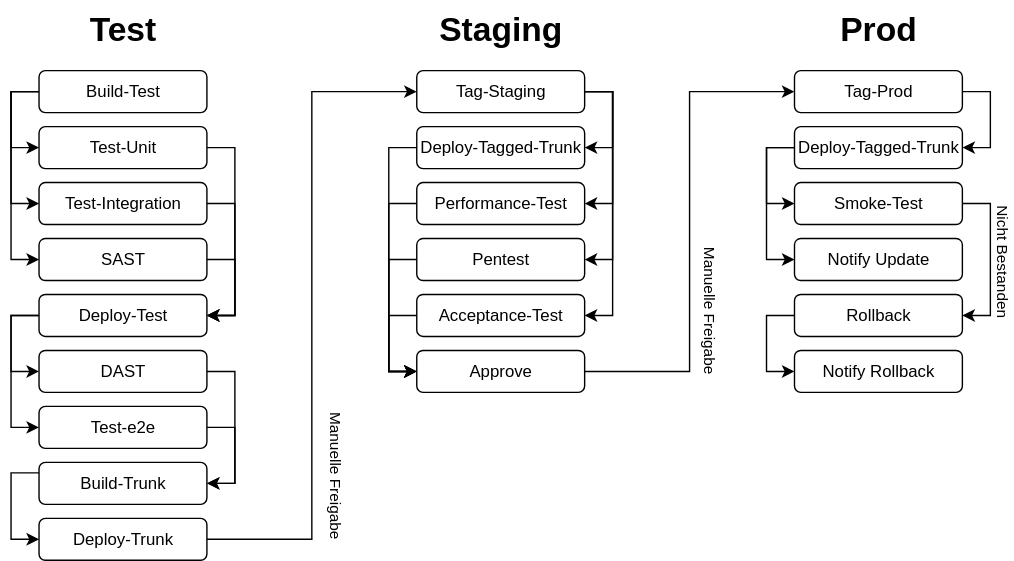
Before: content/blog/posts/ci-cd-pipelines-entlang-von-zielsystemen-strukturieren/model-new.drawio.svg, a diagram exported from draw.io (phoenixrvd/blog). Source tidied: cells renumbered, new cells last; positions are measured from the earlier drawing's top-left corner, leaving out a move shared by most shapes.
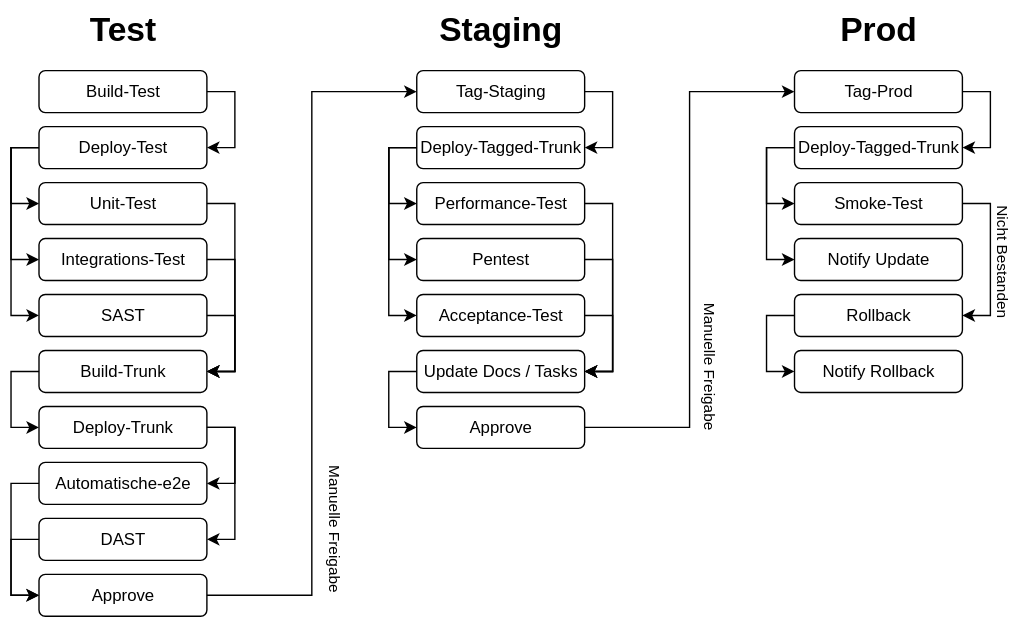
After the change.

Diff of the diagram source:
```diff
@@ -2,84 +2,15 @@
   <root>
     <mxCell id="0" />
     <mxCell id="1" parent="0" />
-    <mxCell id="2" style="edgeStyle=orthogonalEdgeStyle;rounded=0;jettySize=auto;html=1;entryX=0;entryY=0.5;entryDx=0;entryDy=0;exitX=0;exitY=0.5;exitDx=0;exitDy=0;" parent="1" edge="1" source="5" target="7">
-      <mxGeometry relative="1" as="geometry" />
-    </mxCell>
-    <mxCell id="3" style="edgeStyle=orthogonalEdgeStyle;rounded=0;jettySize=auto;html=1;entryX=0;entryY=0.5;entryDx=0;entryDy=0;exitX=0;exitY=0.5;exitDx=0;exitDy=0;" parent="1" edge="1" source="5" target="9">
-      <mxGeometry relative="1" as="geometry" />
-    </mxCell>
-    <mxCell id="4" style="edgeStyle=orthogonalEdgeStyle;rounded=0;jettySize=auto;html=1;entryX=0;entryY=0.5;entryDx=0;entryDy=0;exitX=0;exitY=0.5;exitDx=0;exitDy=0;" parent="1" edge="1" source="5" target="21">
-      <mxGeometry relative="1" as="geometry" />
-    </mxCell>
-    <mxCell id="5" value="Build-Test" style="rounded=1;whiteSpace=wrap;html=1;fillColor=none;" parent="1" vertex="1">
-      <mxGeometry x="20" y="50" width="120" height="30" as="geometry" />
-    </mxCell>
-    <mxCell id="6" style="edgeStyle=orthogonalEdgeStyle;rounded=0;jettySize=auto;html=1;entryX=1;entryY=0.5;entryDx=0;entryDy=0;exitX=1;exitY=0.5;exitDx=0;exitDy=0;" parent="1" edge="1" source="7" target="12">
-      <mxGeometry relative="1" as="geometry" />
-    </mxCell>
-    <mxCell id="7" value="Test-Unit" style="rounded=1;whiteSpace=wrap;html=1;fillColor=none;" parent="1" vertex="1">
-      <mxGeometry x="20" y="90" width="120" height="30" as="geometry" />
-    </mxCell>
-    <mxCell id="8" style="edgeStyle=orthogonalEdgeStyle;rounded=0;jettySize=auto;html=1;entryX=1;entryY=0.5;entryDx=0;entryDy=0;exitX=1;exitY=0.5;exitDx=0;exitDy=0;" parent="1" edge="1" source="9" target="12">
-      <mxGeometry relative="1" as="geometry" />
-    </mxCell>
-    <mxCell id="9" value="Test-Integration" style="rounded=1;whiteSpace=wrap;html=1;fillColor=none;" parent="1" vertex="1">
-      <mxGeometry x="20" y="130" width="120" height="30" as="geometry" />
-    </mxCell>
-    <mxCell id="10" style="edgeStyle=orthogonalEdgeStyle;rounded=0;jettySize=auto;html=1;entryX=0;entryY=0.5;entryDx=0;entryDy=0;exitX=0;exitY=0.5;exitDx=0;exitDy=0;" parent="1" edge="1" source="12" target="14">
-      <mxGeometry relative="1" as="geometry" />
-    </mxCell>
-    <mxCell id="11" style="edgeStyle=orthogonalEdgeStyle;rounded=0;jettySize=auto;html=1;entryX=0;entryY=0.5;entryDx=0;entryDy=0;exitX=0;exitY=0.5;exitDx=0;exitDy=0;" parent="1" edge="1" source="12" target="23">
-      <mxGeometry relative="1" as="geometry" />
-    </mxCell>
-    <mxCell id="12" value="Deploy-Test" style="rounded=1;whiteSpace=wrap;html=1;fillColor=none;" parent="1" vertex="1">
-      <mxGeometry x="20" y="210" width="120" height="30" as="geometry" />
-    </mxCell>
-    <mxCell id="13" style="edgeStyle=orthogonalEdgeStyle;rounded=0;jettySize=auto;html=1;entryX=1;entryY=0.5;entryDx=0;entryDy=0;exitX=1;exitY=0.5;exitDx=0;exitDy=0;" parent="1" edge="1" source="14" target="17">
-      <mxGeometry relative="1" as="geometry" />
-    </mxCell>
-    <mxCell id="14" value="Test-e2e" style="rounded=1;whiteSpace=wrap;html=1;fillColor=none;" parent="1" vertex="1">
-      <mxGeometry x="20" y="290" width="120" height="30" as="geometry" />
-    </mxCell>
     <mxCell id="15" value="&lt;h1 style=&quot;margin-top: 0px;&quot;&gt;Test&lt;/h1&gt;" style="text;html=1;whiteSpace=wrap;overflow=hidden;rounded=0;align=center;" parent="1" vertex="1">
       <mxGeometry width="160" height="40" as="geometry" />
     </mxCell>
-    <mxCell id="16" style="edgeStyle=orthogonalEdgeStyle;rounded=0;jettySize=auto;html=1;exitX=0;exitY=0.25;exitDx=0;exitDy=0;entryX=0;entryY=0.5;entryDx=0;entryDy=0;" parent="1" edge="1" source="17" target="19">
-      <mxGeometry relative="1" as="geometry" />
-    </mxCell>
-    <mxCell id="17" value="Build-Trunk" style="rounded=1;whiteSpace=wrap;html=1;fillColor=none;" parent="1" vertex="1">
-      <mxGeometry x="20" y="330" width="120" height="30" as="geometry" />
-    </mxCell>
-    <mxCell id="18" style="edgeStyle=orthogonalEdgeStyle;rounded=0;jettySize=auto;html=1;entryX=0;entryY=0.5;entryDx=0;entryDy=0;" parent="1" edge="1" source="19" target="28">
+    <mxCell id="18" style="edgeStyle=orthogonalEdgeStyle;rounded=0;jettySize=auto;html=1;entryX=0;entryY=0.5;entryDx=0;entryDy=0;exitX=1;exitY=0.5;exitDx=0;exitDy=0;" parent="1" edge="1" source="83" target="28">
       <mxGeometry x="-0.57" y="-85" relative="1" as="geometry" />
     </mxCell>
-    <mxCell id="19" value="Deploy-Trunk" style="rounded=1;whiteSpace=wrap;html=1;fillColor=none;" parent="1" vertex="1">
-      <mxGeometry x="20" y="370" width="120" height="30" as="geometry" />
-    </mxCell>
-    <mxCell id="20" style="edgeStyle=orthogonalEdgeStyle;rounded=0;jettySize=auto;html=1;exitX=1;exitY=0.5;exitDx=0;exitDy=0;entryX=1;entryY=0.5;entryDx=0;entryDy=0;" parent="1" edge="1" source="21" target="12">
-      <mxGeometry relative="1" as="geometry" />
-    </mxCell>
-    <mxCell id="21" value="SAST" style="rounded=1;whiteSpace=wrap;html=1;fillColor=none;" parent="1" vertex="1">
-      <mxGeometry x="20" y="170" width="120" height="30" as="geometry" />
-    </mxCell>
-    <mxCell id="22" style="edgeStyle=orthogonalEdgeStyle;rounded=0;jettySize=auto;html=1;entryX=1;entryY=0.5;entryDx=0;entryDy=0;exitX=1;exitY=0.5;exitDx=0;exitDy=0;" parent="1" edge="1" source="23" target="17">
-      <mxGeometry relative="1" as="geometry" />
-    </mxCell>
-    <mxCell id="23" value="DAST" style="rounded=1;whiteSpace=wrap;html=1;fillColor=none;" parent="1" vertex="1">
-      <mxGeometry x="20" y="250" width="120" height="30" as="geometry" />
-    </mxCell>
-    <mxCell id="24" style="edgeStyle=orthogonalEdgeStyle;rounded=0;jettySize=auto;html=1;entryX=1;entryY=0.5;entryDx=0;entryDy=0;exitX=1;exitY=0.5;exitDx=0;exitDy=0;" parent="1" edge="1" source="28" target="39">
+    <mxCell id="24" style="edgeStyle=orthogonalEdgeStyle;rounded=0;jettySize=auto;html=1;exitX=1;exitY=0.5;exitDx=0;exitDy=0;entryX=1;entryY=0.5;entryDx=0;entryDy=0;" parent="1" edge="1" source="28" target="39">
       <mxGeometry relative="1" as="geometry" />
     </mxCell>
-    <mxCell id="25" style="edgeStyle=orthogonalEdgeStyle;rounded=0;jettySize=auto;html=1;entryX=1;entryY=0.5;entryDx=0;entryDy=0;exitX=1;exitY=0.5;exitDx=0;exitDy=0;" parent="1" edge="1" source="28" target="41">
-      <mxGeometry relative="1" as="geometry" />
-    </mxCell>
-    <mxCell id="26" style="edgeStyle=orthogonalEdgeStyle;rounded=0;jettySize=auto;html=1;entryX=1;entryY=0.5;entryDx=0;entryDy=0;exitX=1;exitY=0.5;exitDx=0;exitDy=0;" parent="1" edge="1" source="28" target="43">
-      <mxGeometry relative="1" as="geometry" />
-    </mxCell>
-    <mxCell id="27" style="edgeStyle=orthogonalEdgeStyle;rounded=0;jettySize=auto;html=1;entryX=1;entryY=0.5;entryDx=0;entryDy=0;exitX=1;exitY=0.5;exitDx=0;exitDy=0;" parent="1" edge="1" source="28" target="45">
-      <mxGeometry relative="1" as="geometry" />
-    </mxCell>
     <mxCell id="28" value="Tag-Staging" style="rounded=1;whiteSpace=wrap;html=1;fillColor=none;" parent="1" vertex="1">
       <mxGeometry x="290" y="50" width="120" height="30" as="geometry" />
     </mxCell>
@@ -142,27 +73,33 @@
         </Array>
       </mxGeometry>
     </mxCell>
-    <mxCell id="38" style="edgeStyle=orthogonalEdgeStyle;rounded=0;jettySize=auto;html=1;exitX=0;exitY=0.5;exitDx=0;exitDy=0;entryX=0;entryY=0.5;entryDx=0;entryDy=0;" parent="1" edge="1" source="39" target="59">
-      <mxGeometry relative="1" as="geometry" />
-    </mxCell>
+    <mxCell id="63" style="edgeStyle=orthogonalEdgeStyle;rounded=0;jettySize=auto;html=1;exitX=0;exitY=0.5;exitDx=0;exitDy=0;entryX=0;entryY=0.5;entryDx=0;entryDy=0;" parent="1" edge="1" source="39" target="41">
+      <mxGeometry relative="1" as="geometry" />
+    </mxCell>
+    <mxCell id="64" style="edgeStyle=orthogonalEdgeStyle;rounded=0;jettySize=auto;html=1;exitX=0;exitY=0.5;exitDx=0;exitDy=0;entryX=0;entryY=0.5;entryDx=0;entryDy=0;" parent="1" edge="1" source="39" target="43">
+      <mxGeometry relative="1" as="geometry" />
+    </mxCell>
+    <mxCell id="65" style="edgeStyle=orthogonalEdgeStyle;rounded=0;jettySize=auto;html=1;exitX=0;exitY=0.5;exitDx=0;exitDy=0;entryX=0;entryY=0.5;entryDx=0;entryDy=0;" parent="1" edge="1" source="39" target="45">
+      <mxGeometry relative="1" as="geometry" />
+    </mxCell>
     <mxCell id="39" value="Deploy-Tagged-Trunk" style="rounded=1;whiteSpace=wrap;html=1;fillColor=none;" parent="1" vertex="1">
       <mxGeometry x="290" y="90" width="120" height="30" as="geometry" />
     </mxCell>
-    <mxCell id="40" style="edgeStyle=orthogonalEdgeStyle;rounded=0;jettySize=auto;html=1;exitX=0;exitY=0.5;exitDx=0;exitDy=0;entryX=0;entryY=0.5;entryDx=0;entryDy=0;" parent="1" edge="1" source="41" target="59">
-      <mxGeometry relative="1" as="geometry" />
-    </mxCell>
+    <mxCell id="66" style="edgeStyle=orthogonalEdgeStyle;rounded=0;jettySize=auto;html=1;exitX=1;exitY=0.5;exitDx=0;exitDy=0;entryX=1;entryY=0.5;entryDx=0;entryDy=0;" parent="1" edge="1" source="41" target="85">
+      <mxGeometry relative="1" as="geometry" />
+    </mxCell>
     <mxCell id="41" value="Performance-Test" style="rounded=1;whiteSpace=wrap;html=1;fillColor=none;" parent="1" vertex="1">
       <mxGeometry x="290" y="130" width="120" height="30" as="geometry" />
     </mxCell>
-    <mxCell id="42" style="edgeStyle=orthogonalEdgeStyle;rounded=0;jettySize=auto;html=1;exitX=0;exitY=0.5;exitDx=0;exitDy=0;entryX=0;entryY=0.5;entryDx=0;entryDy=0;" parent="1" edge="1" source="43" target="59">
-      <mxGeometry relative="1" as="geometry" />
-    </mxCell>
+    <mxCell id="67" style="edgeStyle=orthogonalEdgeStyle;rounded=0;jettySize=auto;html=1;exitX=1;exitY=0.5;exitDx=0;exitDy=0;entryX=1;entryY=0.5;entryDx=0;entryDy=0;" parent="1" edge="1" source="43" target="85">
+      <mxGeometry relative="1" as="geometry" />
+    </mxCell>
     <mxCell id="43" value="Pentest" style="rounded=1;whiteSpace=wrap;html=1;fillColor=none;" parent="1" vertex="1">
       <mxGeometry x="290" y="170" width="120" height="30" as="geometry" />
     </mxCell>
-    <mxCell id="44" style="edgeStyle=orthogonalEdgeStyle;rounded=0;jettySize=auto;html=1;exitX=0;exitY=0.5;exitDx=0;exitDy=0;entryX=0;entryY=0.5;entryDx=0;entryDy=0;" parent="1" edge="1" source="45" target="59">
-      <mxGeometry relative="1" as="geometry" />
-    </mxCell>
+    <mxCell id="68" style="edgeStyle=orthogonalEdgeStyle;rounded=0;jettySize=auto;html=1;exitX=1;exitY=0.5;exitDx=0;exitDy=0;entryX=1;entryY=0.5;entryDx=0;entryDy=0;" parent="1" edge="1" source="45" target="85">
+      <mxGeometry relative="1" as="geometry" />
+    </mxCell>
     <mxCell id="45" value="Acceptance-Test" style="rounded=1;whiteSpace=wrap;html=1;fillColor=none;" parent="1" vertex="1">
       <mxGeometry x="290" y="210" width="120" height="30" as="geometry" />
     </mxCell>
@@ -208,18 +145,90 @@
       <mxGeometry relative="1" as="geometry" />
     </mxCell>
     <mxCell id="59" value="Approve" style="rounded=1;whiteSpace=wrap;html=1;fillColor=none;" parent="1" vertex="1">
-      <mxGeometry x="290" y="250" width="120" height="30" as="geometry" />
+      <mxGeometry x="290" y="290" width="120" height="30" as="geometry" />
     </mxCell>
     <mxCell id="60" value="Notify Rollback" style="rounded=1;whiteSpace=wrap;html=1;fillColor=none;" parent="1" vertex="1">
       <mxGeometry x="560" y="250" width="120" height="30" as="geometry" />
     </mxCell>
     <mxCell id="61" value="Manuelle Freigabe" style="edgeLabel;html=1;align=center;verticalAlign=middle;rotation=90;labelBackgroundColor=none;" parent="1" vertex="1">
-      <mxGeometry x="230" y="340" as="geometry">
-        <mxPoint x="-2" y="-3" as="offset" />
+      <mxGeometry x="220" y="340" as="geometry">
+        <mxPoint x="36" y="-12" as="offset" />
       </mxGeometry>
     </mxCell>
     <mxCell id="62" value="Manuelle Freigabe" style="edgeLabel;html=1;align=center;verticalAlign=middle;rotation=90;labelBackgroundColor=none;" parent="1" vertex="1">
-      <mxGeometry x="500" y="220" as="geometry" />
+      <mxGeometry x="500" y="260" as="geometry" />
     </mxCell>
+    <mxCell id="69" style="edgeStyle=orthogonalEdgeStyle;rounded=0;jettySize=auto;html=1;exitX=1;exitY=0.5;exitDx=0;exitDy=0;entryX=1;entryY=0.5;entryDx=0;entryDy=0;" parent="1" edge="1" source="5" target="12">
+      <mxGeometry relative="1" as="geometry" />
+    </mxCell>
+    <mxCell id="5" value="Build-Test" style="rounded=1;whiteSpace=wrap;html=1;fillColor=none;" parent="1" vertex="1">
+      <mxGeometry x="20" y="50" width="120" height="30" as="geometry" />
+    </mxCell>
+    <mxCell id="70" style="edgeStyle=orthogonalEdgeStyle;rounded=0;jettySize=auto;html=1;exitX=1;exitY=0.5;exitDx=0;exitDy=0;entryX=1;entryY=0.5;entryDx=0;entryDy=0;" parent="1" edge="1" source="71" target="17">
+      <mxGeometry relative="1" as="geometry" />
+    </mxCell>
+    <mxCell id="71" value="Unit-Test" style="rounded=1;whiteSpace=wrap;html=1;fillColor=none;" parent="1" vertex="1">
+      <mxGeometry x="20" y="130" width="120" height="30" as="geometry" />
+    </mxCell>
+    <mxCell id="72" style="edgeStyle=orthogonalEdgeStyle;rounded=0;jettySize=auto;html=1;exitX=1;exitY=0.5;exitDx=0;exitDy=0;entryX=1;entryY=0.5;entryDx=0;entryDy=0;" parent="1" edge="1" source="73" target="17">
+      <mxGeometry relative="1" as="geometry" />
+    </mxCell>
+    <mxCell id="73" value="Integrations-Test" style="rounded=1;whiteSpace=wrap;html=1;fillColor=none;" parent="1" vertex="1">
+      <mxGeometry x="20" y="170" width="120" height="30" as="geometry" />
+    </mxCell>
+    <mxCell id="74" style="edgeStyle=orthogonalEdgeStyle;rounded=0;jettySize=auto;html=1;exitX=0;exitY=0.5;exitDx=0;exitDy=0;entryX=0;entryY=0.5;entryDx=0;entryDy=0;" parent="1" edge="1" source="12" target="71">
+      <mxGeometry relative="1" as="geometry" />
+    </mxCell>
+    <mxCell id="75" style="edgeStyle=orthogonalEdgeStyle;rounded=0;jettySize=auto;html=1;exitX=0;exitY=0.5;exitDx=0;exitDy=0;entryX=0;entryY=0.5;entryDx=0;entryDy=0;" parent="1" edge="1" source="12" target="73">
+      <mxGeometry relative="1" as="geometry" />
+    </mxCell>
+    <mxCell id="76" style="edgeStyle=orthogonalEdgeStyle;rounded=0;jettySize=auto;html=1;exitX=0;exitY=0.5;exitDx=0;exitDy=0;entryX=0;entryY=0.5;entryDx=0;entryDy=0;" parent="1" edge="1" source="12" target="21">
+      <mxGeometry relative="1" as="geometry" />
+    </mxCell>
+    <mxCell id="12" value="Deploy-Test" style="rounded=1;whiteSpace=wrap;html=1;fillColor=none;" parent="1" vertex="1">
+      <mxGeometry x="20" y="90" width="120" height="30" as="geometry" />
+    </mxCell>
+    <mxCell id="77" style="edgeStyle=orthogonalEdgeStyle;rounded=0;jettySize=auto;html=1;exitX=0;exitY=0.5;exitDx=0;exitDy=0;entryX=0;entryY=0.5;entryDx=0;entryDy=0;" parent="1" edge="1" source="78" target="83">
+      <mxGeometry relative="1" as="geometry" />
+    </mxCell>
+    <mxCell id="78" value="Automatische-e2e" style="rounded=1;whiteSpace=wrap;html=1;fillColor=none;" parent="1" vertex="1">
+      <mxGeometry x="20" y="330" width="120" height="30" as="geometry" />
+    </mxCell>
+    <mxCell id="16" style="edgeStyle=orthogonalEdgeStyle;rounded=0;jettySize=auto;html=1;exitX=0;exitY=0.5;exitDx=0;exitDy=0;entryX=0;entryY=0.5;entryDx=0;entryDy=0;" parent="1" edge="1" source="17" target="19">
+      <mxGeometry relative="1" as="geometry" />
+    </mxCell>
+    <mxCell id="17" value="Build-Trunk" style="rounded=1;whiteSpace=wrap;html=1;fillColor=none;" parent="1" vertex="1">
+      <mxGeometry x="20" y="250" width="120" height="30" as="geometry" />
+    </mxCell>
+    <mxCell id="79" style="edgeStyle=orthogonalEdgeStyle;rounded=0;jettySize=auto;html=1;exitX=1;exitY=0.5;exitDx=0;exitDy=0;entryX=1;entryY=0.5;entryDx=0;entryDy=0;" parent="1" edge="1" source="19" target="78">
+      <mxGeometry relative="1" as="geometry" />
+    </mxCell>
+    <mxCell id="80" style="edgeStyle=orthogonalEdgeStyle;rounded=0;jettySize=auto;html=1;exitX=1;exitY=0.5;exitDx=0;exitDy=0;entryX=1;entryY=0.5;entryDx=0;entryDy=0;" parent="1" edge="1" source="19" target="23">
+      <mxGeometry relative="1" as="geometry" />
+    </mxCell>
+    <mxCell id="19" value="Deploy-Trunk" style="rounded=1;whiteSpace=wrap;html=1;fillColor=none;" parent="1" vertex="1">
+      <mxGeometry x="20" y="290" width="120" height="30" as="geometry" />
+    </mxCell>
+    <mxCell id="81" style="edgeStyle=orthogonalEdgeStyle;rounded=0;jettySize=auto;html=1;exitX=1;exitY=0.5;exitDx=0;exitDy=0;entryX=1;entryY=0.5;entryDx=0;entryDy=0;" parent="1" edge="1" source="21" target="17">
+      <mxGeometry relative="1" as="geometry" />
+    </mxCell>
+    <mxCell id="21" value="SAST" style="rounded=1;whiteSpace=wrap;html=1;fillColor=none;" parent="1" vertex="1">
+      <mxGeometry x="20" y="210" width="120" height="30" as="geometry" />
+    </mxCell>
+    <mxCell id="82" style="edgeStyle=orthogonalEdgeStyle;rounded=0;jettySize=auto;html=1;exitX=0;exitY=0.5;exitDx=0;exitDy=0;entryX=0;entryY=0.5;entryDx=0;entryDy=0;" parent="1" edge="1" source="23" target="83">
+      <mxGeometry relative="1" as="geometry" />
+    </mxCell>
+    <mxCell id="23" value="DAST" style="rounded=1;whiteSpace=wrap;html=1;fillColor=none;" parent="1" vertex="1">
+      <mxGeometry x="20" y="370" width="120" height="30" as="geometry" />
+    </mxCell>
+    <mxCell id="83" value="Approve" style="rounded=1;whiteSpace=wrap;html=1;fillColor=none;" parent="1" vertex="1">
+      <mxGeometry x="20" y="410" width="120" height="30" as="geometry" />
+    </mxCell>
+    <mxCell id="84" style="edgeStyle=orthogonalEdgeStyle;rounded=0;jettySize=auto;html=1;exitX=0;exitY=0.5;exitDx=0;exitDy=0;entryX=0;entryY=0.5;entryDx=0;entryDy=0;" parent="1" edge="1" source="85" target="59">
+      <mxGeometry relative="1" as="geometry" />
+    </mxCell>
+    <mxCell id="85" value="Update Docs / Tasks" style="rounded=1;whiteSpace=wrap;html=1;fillColor=none;" parent="1" vertex="1">
+      <mxGeometry x="290" y="250" width="120" height="30" as="geometry" />
+    </mxCell>
   </root>
 </mxGraphModel>
```
